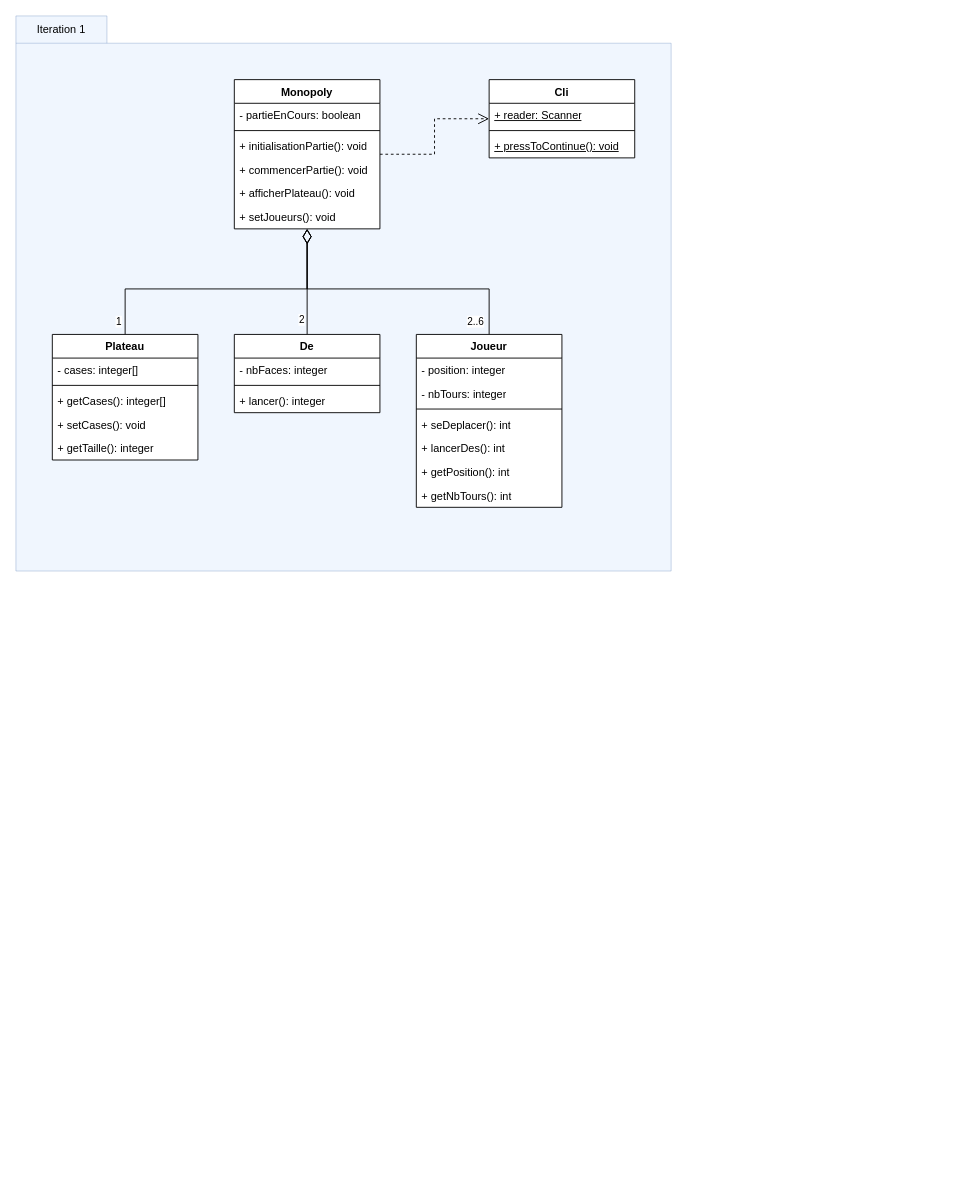
Above: assets/diagramme-iteration-1.drawio in gmed2b/L3SINF-java-monopoly (draw.io), before the change. Source tidied: cells renumbered, new cells numbered last; positions are measured from the earlier drawing's top-left corner, leaving out a move shared by most shapes. Both pictures are drawn from the tidied source at 91%, with x=0, y=0 at pixel (15, 15).
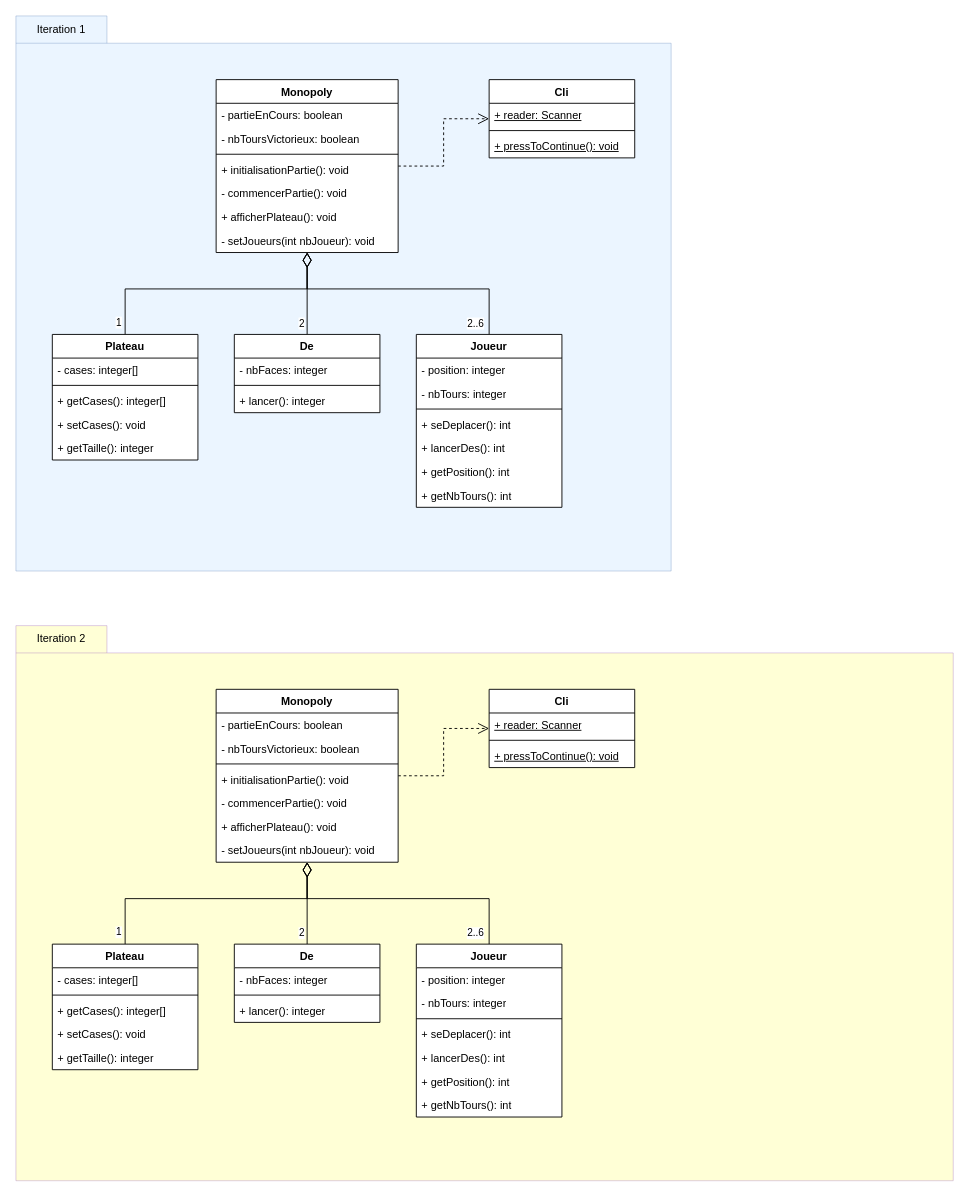
The same page after the edit.

What changed in the source:
```diff
@@
-    <mxCell id="2" style="shape=folder;fontStyle=1;spacingTop=10;tabWidth=100;tabHeight=30;tabPosition=left;html=1;whiteSpace=wrap;fillColor=#dae8fc;strokeColor=#6c8ebf;opacity=40;" parent="1" vertex="1">
+    <mxCell id="2" style="shape=folder;fontStyle=1;spacingTop=10;tabWidth=100;tabHeight=30;tabPosition=left;html=1;whiteSpace=wrap;fillColor=#CCE5FF;strokeColor=#6c8ebf;opacity=40;" parent="1" vertex="1">
       <mxGeometry width="720" height="610" as="geometry" />
     </mxCell>
@@
     <mxCell id="4" value="Monopoly" style="swimlane;fontStyle=1;align=center;verticalAlign=top;horizontal=1;startSize=26;whiteSpace=wrap;html=1;swimlaneFillColor=default;" parent="1" vertex="1">
-      <mxGeometry x="240" y="70" width="160" height="164" as="geometry" />
+      <mxGeometry x="220" y="70" width="200" height="190" as="geometry" />
     </mxCell>
     <mxCell id="5" value="- partieEnCours: boolean" style="text;strokeColor=none;fillColor=none;align=left;verticalAlign=top;spacingLeft=4;spacingRight=4;overflow=hidden;whiteSpace=wrap;html=1;" parent="4" vertex="1">
-      <mxGeometry y="26" width="160" height="26" as="geometry" />
+      <mxGeometry y="26" width="200" height="26" as="geometry" />
     </mxCell>
+    <mxCell id="40" value="- nbToursVictorieux: boolean" style="text;strokeColor=none;fillColor=none;align=left;verticalAlign=top;spacingLeft=4;spacingRight=4;overflow=hidden;whiteSpace=wrap;html=1;" parent="4" vertex="1">
+      <mxGeometry y="52" width="200" height="26" as="geometry" />
+    </mxCell>
     <mxCell id="6" style="line;strokeWidth=1;fillColor=none;align=left;verticalAlign=middle;spacingTop=-1;spacingLeft=3;spacingRight=3;labelPosition=right;strokeColor=inherit;" parent="4" vertex="1">
-      <mxGeometry y="52" width="160" height="8" as="geometry" />
+      <mxGeometry y="78" width="200" height="8" as="geometry" />
     </mxCell>
     <mxCell id="7" value="+ initialisationPartie(): void" style="text;strokeColor=none;fillColor=none;align=left;verticalAlign=top;spacingLeft=4;spacingRight=4;overflow=hidden;whiteSpace=wrap;html=1;" parent="4" vertex="1">
-      <mxGeometry y="60" width="160" height="26" as="geometry" />
+      <mxGeometry y="86" width="200" height="26" as="geometry" />
     </mxCell>
-    <mxCell id="8" value="+ commencerPartie(): void" style="text;strokeColor=none;fillColor=none;align=left;verticalAlign=top;spacingLeft=4;spacingRight=4;overflow=hidden;whiteSpace=wrap;html=1;" parent="4" vertex="1">
-      <mxGeometry y="86" width="160" height="26" as="geometry" />
+    <mxCell id="8" value="- commencerPartie(): void" style="text;strokeColor=none;fillColor=none;align=left;verticalAlign=top;spacingLeft=4;spacingRight=4;overflow=hidden;whiteSpace=wrap;html=1;" parent="4" vertex="1">
+      <mxGeometry y="112" width="200" height="26" as="geometry" />
     </mxCell>
     <mxCell id="9" value="+ afficherPlateau(): void" style="text;strokeColor=none;fillColor=none;align=left;verticalAlign=top;spacingLeft=4;spacingRight=4;overflow=hidden;whiteSpace=wrap;html=1;" parent="4" vertex="1">
-      <mxGeometry y="112" width="160" height="26" as="geometry" />
+      <mxGeometry y="138" width="200" height="26" as="geometry" />
     </mxCell>
-    <mxCell id="10" value="+ setJoueurs(): void" style="text;strokeColor=none;fillColor=none;align=left;verticalAlign=top;spacingLeft=4;spacingRight=4;overflow=hidden;whiteSpace=wrap;html=1;" parent="4" vertex="1">
-      <mxGeometry y="138" width="160" height="26" as="geometry" />
+    <mxCell id="10" value="- setJoueurs(int nbJoueur): void" style="text;strokeColor=none;fillColor=none;align=left;verticalAlign=top;spacingLeft=4;spacingRight=4;overflow=hidden;whiteSpace=wrap;html=1;" parent="4" vertex="1">
+      <mxGeometry y="164" width="200" height="26" as="geometry" />
     </mxCell>
@@
+    <mxCell id="41" style="shape=folder;fontStyle=1;spacingTop=10;tabWidth=100;tabHeight=30;tabPosition=left;html=1;whiteSpace=wrap;fillColor=#FFFF99;strokeColor=#A373BF;opacity=40;" parent="1" vertex="1">
+      <mxGeometry y="670" width="1030" height="610" as="geometry" />
+    </mxCell>
+    <mxCell id="42" style="edgeStyle=orthogonalEdgeStyle;rounded=0;jettySize=auto;html=1;endArrow=open;endFill=0;dashed=1;endSize=10;" parent="1" edge="1" source="43" target="76">
+      <mxGeometry relative="1" as="geometry" />
+    </mxCell>
+    <mxCell id="43" value="Monopoly" style="swimlane;fontStyle=1;align=center;verticalAlign=top;horizontal=1;startSize=26;whiteSpace=wrap;html=1;swimlaneFillColor=default;" parent="1" vertex="1">
+      <mxGeometry x="220" y="740" width="200" height="190" as="geometry" />
+    </mxCell>
+    <mxCell id="44" value="- partieEnCours: boolean" style="text;strokeColor=none;fillColor=none;align=left;verticalAlign=top;spacingLeft=4;spacingRight=4;overflow=hidden;whiteSpace=wrap;html=1;" parent="43" vertex="1">
+      <mxGeometry y="26" width="200" height="26" as="geometry" />
+    </mxCell>
+    <mxCell id="45" value="- nbToursVictorieux: boolean" style="text;strokeColor=none;fillColor=none;align=left;verticalAlign=top;spacingLeft=4;spacingRight=4;overflow=hidden;whiteSpace=wrap;html=1;" parent="43" vertex="1">
+      <mxGeometry y="52" width="200" height="26" as="geometry" />
+    </mxCell>
+    <mxCell id="46" style="line;strokeWidth=1;fillColor=none;align=left;verticalAlign=middle;spacingTop=-1;spacingLeft=3;spacingRight=3;labelPosition=right;strokeColor=inherit;" parent="43" vertex="1">
+      <mxGeometry y="78" width="200" height="8" as="geometry" />
+    </mxCell>
+    <mxCell id="47" value="+ initialisationPartie(): void" style="text;strokeColor=none;fillColor=none;align=left;verticalAlign=top;spacingLeft=4;spacingRight=4;overflow=hidden;whiteSpace=wrap;html=1;" parent="43" vertex="1">
+      <mxGeometry y="86" width="200" height="26" as="geometry" />
+    </mxCell>
+    <mxCell id="48" value="- commencerPartie(): void" style="text;strokeColor=none;fillColor=none;align=left;verticalAlign=top;spacingLeft=4;spacingRight=4;overflow=hidden;whiteSpace=wrap;html=1;" parent="43" vertex="1">
+      <mxGeometry y="112" width="200" height="26" as="geometry" />
+    </mxCell>
+    <mxCell id="49" value="+ afficherPlateau(): void" style="text;strokeColor=none;fillColor=none;align=left;verticalAlign=top;spacingLeft=4;spacingRight=4;overflow=hidden;whiteSpace=wrap;html=1;" parent="43" vertex="1">
+      <mxGeometry y="138" width="200" height="26" as="geometry" />
+    </mxCell>
+    <mxCell id="50" value="- setJoueurs(int nbJoueur): void" style="text;strokeColor=none;fillColor=none;align=left;verticalAlign=top;spacingLeft=4;spacingRight=4;overflow=hidden;whiteSpace=wrap;html=1;" parent="43" vertex="1">
+      <mxGeometry y="164" width="200" height="26" as="geometry" />
+    </mxCell>
+    <mxCell id="51" style="edgeStyle=orthogonalEdgeStyle;rounded=0;jettySize=auto;html=1;endArrow=diamondThin;endFill=0;endSize=14;" parent="1" edge="1" source="53" target="43">
+      <mxGeometry relative="1" as="geometry" />
+    </mxCell>
+    <mxCell id="52" value="2" style="edgeLabel;html=1;align=center;verticalAlign=middle;" parent="51" vertex="1">
+      <mxGeometry x="-0.75" relative="1" as="geometry">
+        <mxPoint x="-7" y="-2" as="offset" />
+      </mxGeometry>
+    </mxCell>
+    <mxCell id="53" value="De" style="swimlane;fontStyle=1;align=center;verticalAlign=top;horizontal=1;startSize=26;whiteSpace=wrap;html=1;fillColor=default;rounded=0;shadow=0;glass=0;swimlaneLine=1;gradientColor=none;swimlaneFillColor=default;" parent="1" vertex="1">
+      <mxGeometry x="240" y="1020" width="160" height="86" as="geometry" />
+    </mxCell>
+    <mxCell id="54" value="- nbFaces: integer" style="text;align=left;verticalAlign=top;spacingLeft=4;spacingRight=4;overflow=hidden;whiteSpace=wrap;html=1;" parent="53" vertex="1">
+      <mxGeometry y="26" width="160" height="26" as="geometry" />
+    </mxCell>
+    <mxCell id="55" style="line;strokeWidth=1;fillColor=none;align=left;verticalAlign=middle;spacingTop=-1;spacingLeft=3;spacingRight=3;labelPosition=right;strokeColor=inherit;" parent="53" vertex="1">
+      <mxGeometry y="52" width="160" height="8" as="geometry" />
+    </mxCell>
+    <mxCell id="56" value="+ lancer(): integer" style="text;align=left;verticalAlign=top;spacingLeft=4;spacingRight=4;overflow=hidden;whiteSpace=wrap;html=1;" parent="53" vertex="1">
+      <mxGeometry y="60" width="160" height="26" as="geometry" />
+    </mxCell>
+    <mxCell id="57" style="edgeStyle=orthogonalEdgeStyle;rounded=0;jettySize=auto;html=1;endArrow=diamondThin;endFill=0;endSize=14;" parent="1" edge="1" source="59" target="43">
+      <mxGeometry relative="1" as="geometry">
+        <Array as="points">
+          <mxPoint x="120" y="970" />
+          <mxPoint x="320" y="970" />
+        </Array>
+      </mxGeometry>
+    </mxCell>
+    <mxCell id="58" value="1" style="edgeLabel;html=1;align=center;verticalAlign=middle;" parent="57" vertex="1">
+      <mxGeometry x="-0.89" relative="1" as="geometry">
+        <mxPoint x="-8" y="2" as="offset" />
+      </mxGeometry>
+    </mxCell>
+    <mxCell id="59" value="Plateau" style="swimlane;fontStyle=1;align=center;verticalAlign=top;horizontal=1;startSize=26;whiteSpace=wrap;html=1;swimlaneFillColor=default;" parent="1" vertex="1">
+      <mxGeometry x="40" y="1020" width="160" height="138" as="geometry" />
+    </mxCell>
+    <mxCell id="60" value="- cases: integer[]" style="text;strokeColor=none;fillColor=none;align=left;verticalAlign=top;spacingLeft=4;spacingRight=4;overflow=hidden;whiteSpace=wrap;html=1;" parent="59" vertex="1">
+      <mxGeometry y="26" width="160" height="26" as="geometry" />
+    </mxCell>
+    <mxCell id="61" style="line;strokeWidth=1;fillColor=none;align=left;verticalAlign=middle;spacingTop=-1;spacingLeft=3;spacingRight=3;labelPosition=right;strokeColor=inherit;" parent="59" vertex="1">
+      <mxGeometry y="52" width="160" height="8" as="geometry" />
+    </mxCell>
+    <mxCell id="62" value="+ getCases(): integer[]" style="text;strokeColor=none;fillColor=none;align=left;verticalAlign=top;spacingLeft=4;spacingRight=4;overflow=hidden;whiteSpace=wrap;html=1;" parent="59" vertex="1">
+      <mxGeometry y="60" width="160" height="26" as="geometry" />
+    </mxCell>
+    <mxCell id="63" value="+ setCases(): void" style="text;strokeColor=none;fillColor=none;align=left;verticalAlign=top;spacingLeft=4;spacingRight=4;overflow=hidden;whiteSpace=wrap;html=1;" parent="59" vertex="1">
+      <mxGeometry y="86" width="160" height="26" as="geometry" />
+    </mxCell>
+    <mxCell id="64" value="+ getTaille(): integer" style="text;strokeColor=none;fillColor=none;align=left;verticalAlign=top;spacingLeft=4;spacingRight=4;overflow=hidden;whiteSpace=wrap;html=1;" parent="59" vertex="1">
+      <mxGeometry y="112" width="160" height="26" as="geometry" />
+    </mxCell>
+    <mxCell id="65" style="edgeStyle=orthogonalEdgeStyle;rounded=0;jettySize=auto;html=1;endArrow=diamondThin;endFill=0;endSize=14;" parent="1" edge="1" source="67" target="43">
+      <mxGeometry relative="1" as="geometry">
+        <Array as="points">
+          <mxPoint x="520" y="970" />
+          <mxPoint x="320" y="970" />
+        </Array>
+      </mxGeometry>
+    </mxCell>
+    <mxCell id="66" value="2..6" style="edgeLabel;html=1;align=center;verticalAlign=middle;" parent="65" vertex="1">
+      <mxGeometry x="-0.9" relative="1" as="geometry">
+        <mxPoint x="-16" y="1" as="offset" />
+      </mxGeometry>
+    </mxCell>
+    <mxCell id="67" value="Joueur" style="swimlane;fontStyle=1;align=center;verticalAlign=top;horizontal=1;startSize=26;whiteSpace=wrap;html=1;swimlaneFillColor=default;" parent="1" vertex="1">
+      <mxGeometry x="440" y="1020" width="160" height="190" as="geometry" />
+    </mxCell>
+    <mxCell id="68" value="- position: integer" style="text;strokeColor=none;fillColor=none;align=left;verticalAlign=top;spacingLeft=4;spacingRight=4;overflow=hidden;whiteSpace=wrap;html=1;" parent="67" vertex="1">
+      <mxGeometry y="26" width="160" height="26" as="geometry" />
+    </mxCell>
+    <mxCell id="69" value="- nbTours: integer" style="text;strokeColor=none;fillColor=none;align=left;verticalAlign=top;spacingLeft=4;spacingRight=4;overflow=hidden;whiteSpace=wrap;html=1;" parent="67" vertex="1">
+      <mxGeometry y="52" width="160" height="26" as="geometry" />
+    </mxCell>
+    <mxCell id="70" style="line;strokeWidth=1;fillColor=none;align=left;verticalAlign=middle;spacingTop=-1;spacingLeft=3;spacingRight=3;labelPosition=right;strokeColor=inherit;" parent="67" vertex="1">
+      <mxGeometry y="78" width="160" height="8" as="geometry" />
+    </mxCell>
+    <mxCell id="71" value="+ seDeplacer(): int" style="text;strokeColor=none;fillColor=none;align=left;verticalAlign=top;spacingLeft=4;spacingRight=4;overflow=hidden;whiteSpace=wrap;html=1;" parent="67" vertex="1">
+      <mxGeometry y="86" width="160" height="26" as="geometry" />
+    </mxCell>
+    <mxCell id="72" value="+ lancerDes(): int" style="text;strokeColor=none;fillColor=none;align=left;verticalAlign=top;spacingLeft=4;spacingRight=4;overflow=hidden;whiteSpace=wrap;html=1;" parent="67" vertex="1">
+      <mxGeometry y="112" width="160" height="26" as="geometry" />
+    </mxCell>
+    <mxCell id="73" value="+ getPosition(): int" style="text;strokeColor=none;fillColor=none;align=left;verticalAlign=top;spacingLeft=4;spacingRight=4;overflow=hidden;whiteSpace=wrap;html=1;" parent="67" vertex="1">
+      <mxGeometry y="138" width="160" height="26" as="geometry" />
+    </mxCell>
+    <mxCell id="74" value="+ getNbTours(): int" style="text;strokeColor=none;fillColor=none;align=left;verticalAlign=top;spacingLeft=4;spacingRight=4;overflow=hidden;whiteSpace=wrap;html=1;" parent="67" vertex="1">
+      <mxGeometry y="164" width="160" height="26" as="geometry" />
+    </mxCell>
+    <mxCell id="75" value="Iteration 2" style="text;html=1;strokeColor=none;fillColor=none;align=center;verticalAlign=middle;whiteSpace=wrap;rounded=0;" parent="1" vertex="1">
+      <mxGeometry x="20" y="670" width="60" height="30" as="geometry" />
+    </mxCell>
+    <mxCell id="76" value="Cli" style="swimlane;fontStyle=1;align=center;verticalAlign=top;horizontal=1;startSize=26;whiteSpace=wrap;html=1;fillColor=default;rounded=0;shadow=0;glass=0;swimlaneLine=1;gradientColor=none;swimlaneFillColor=default;" parent="1" vertex="1">
+      <mxGeometry x="520" y="740" width="160" height="86" as="geometry" />
+    </mxCell>
+    <mxCell id="77" value="&lt;u&gt;+ reader: Scanner&lt;/u&gt;" style="text;align=left;verticalAlign=top;spacingLeft=4;spacingRight=4;overflow=hidden;whiteSpace=wrap;html=1;" parent="76" vertex="1">
+      <mxGeometry y="26" width="160" height="26" as="geometry" />
+    </mxCell>
+    <mxCell id="78" style="line;strokeWidth=1;fillColor=none;align=left;verticalAlign=middle;spacingTop=-1;spacingLeft=3;spacingRight=3;labelPosition=right;strokeColor=inherit;" parent="76" vertex="1">
+      <mxGeometry y="52" width="160" height="8" as="geometry" />
+    </mxCell>
+    <mxCell id="79" value="&lt;u&gt;+ pressToContinue(): void&lt;br&gt;&lt;/u&gt;" style="text;align=left;verticalAlign=top;spacingLeft=4;spacingRight=4;overflow=hidden;whiteSpace=wrap;html=1;" parent="76" vertex="1">
+      <mxGeometry y="60" width="160" height="26" as="geometry" />
+    </mxCell>
```
